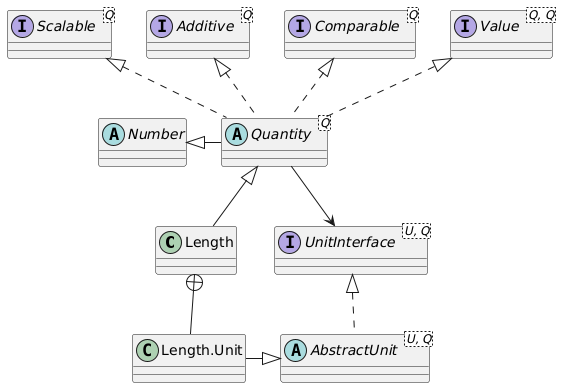
Above: docs/images/quantity.png in averbraeck/djunits (PlantUML), before the change.
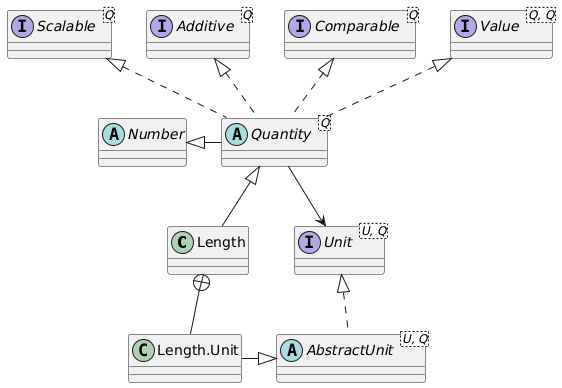
After the change.

Commit message:
Issue #137. Adapt documentation and UML diagrams

Change to the diagram source:
```diff
@@ -3,7 +3,7 @@
 class "Length.Unit" as LengthUnit
 abstract class Quantity<Q>
 abstract class AbstractUnit<U, Q>
-interface UnitInterface<U, Q>
+interface Unit<U, Q>
 abstract class Number
 interface Value<Q, Q>
 interface Comparable<Q>
@@ -16,9 +16,9 @@
 Quantity .u.|> Scalable
 Quantity -l-|> Number
 
-Quantity -r-> UnitInterface
+Quantity -r-> Unit
 
-AbstractUnit .u.|> UnitInterface
+AbstractUnit .u.|> Unit
 
 LengthUnit -u-+ Length
 Length -u-|> Quantity
```
